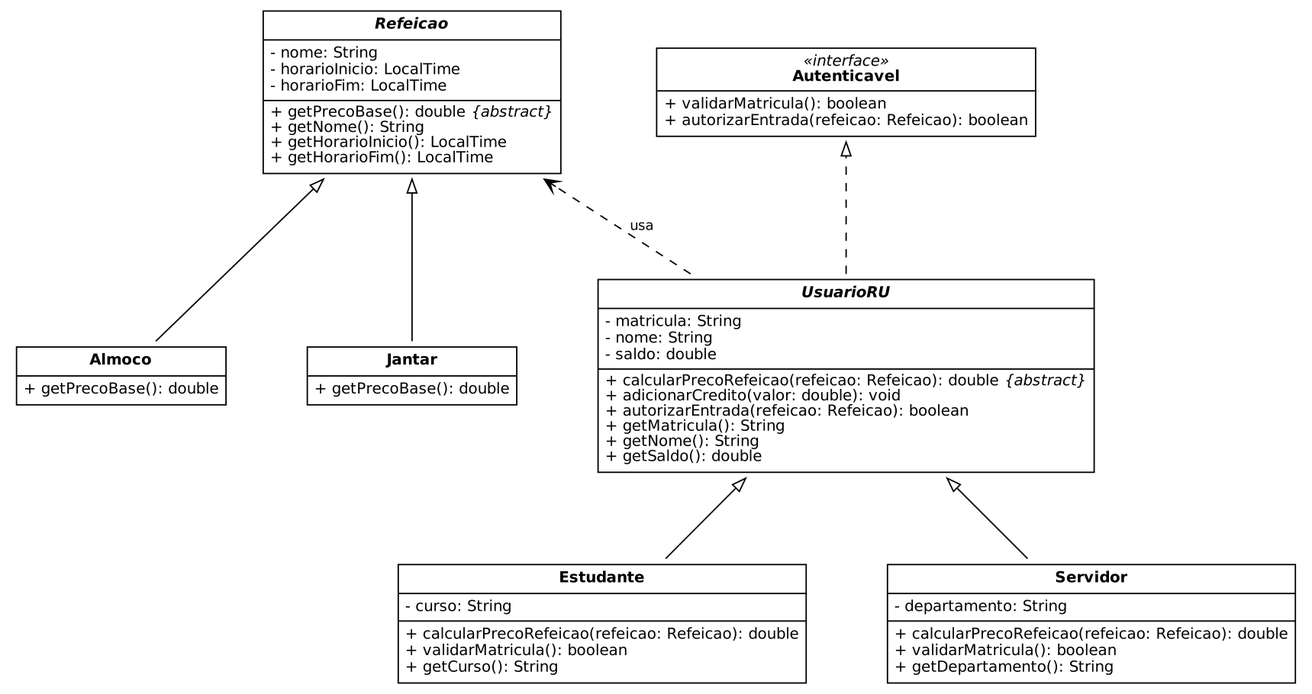
The Graphviz diagram docs/diagrama-classes.png in guihluc/FinalProjectLP, before a commit. Its source is kept beside it as docs/diagrama-classes.dot.
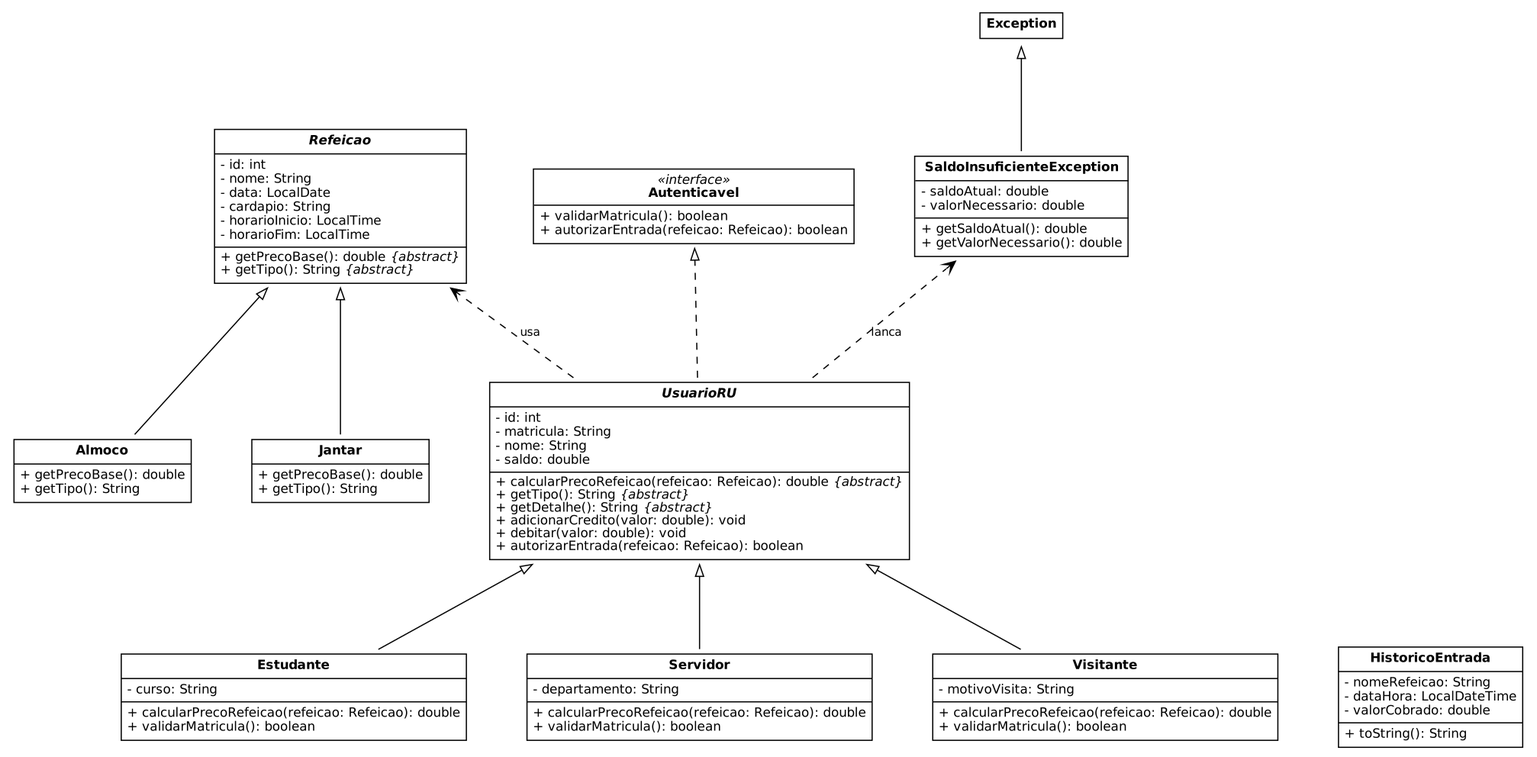
After the commit.

Commit message:
Adiciona ControleAcesso, README final e diagramas UML

The edit, as a diff of the source:
```diff
@@ -1,70 +1,26 @@
 digraph classes {
-  rankdir=BT;
-  graph [fontname="Helvetica", nodesep=0.6, ranksep=0.8];
-  node [shape=plaintext, fontname="Helvetica", fontsize=11];
-  edge [fontname="Helvetica", fontsize=10];
-
-  Autenticavel [label=<
-    <table border="1" cellborder="0" cellspacing="0" cellpadding="4">
-      <tr><td align="center"><i>&laquo;interface&raquo;</i><br/><b>Autenticavel</b></td></tr>
-      <hr/>
-      <tr><td align="left">+ validarMatricula(): boolean<br align="left"/>+ autorizarEntrada(refeicao: Refeicao): boolean<br align="left"/></td></tr>
-    </table>>];
-
-  UsuarioRU [label=<
-    <table border="1" cellborder="0" cellspacing="0" cellpadding="4">
-      <tr><td align="center"><b><i>UsuarioRU</i></b></td></tr>
-      <hr/>
-      <tr><td align="left">- matricula: String<br align="left"/>- nome: String<br align="left"/>- saldo: double<br align="left"/></td></tr>
-      <hr/>
-      <tr><td align="left">+ calcularPrecoRefeicao(refeicao: Refeicao): double <i>{abstract}</i><br align="left"/>+ adicionarCredito(valor: double): void<br align="left"/>+ autorizarEntrada(refeicao: Refeicao): boolean<br align="left"/>+ getMatricula(): String<br align="left"/>+ getNome(): String<br align="left"/>+ getSaldo(): double<br align="left"/></td></tr>
-    </table>>];
-
-  Estudante [label=<
-    <table border="1" cellborder="0" cellspacing="0" cellpadding="4">
-      <tr><td align="center"><b>Estudante</b></td></tr>
-      <hr/>
-      <tr><td align="left">- curso: String<br align="left"/></td></tr>
-      <hr/>
-      <tr><td align="left">+ calcularPrecoRefeicao(refeicao: Refeicao): double<br align="left"/>+ validarMatricula(): boolean<br align="left"/>+ getCurso(): String<br align="left"/></td></tr>
-    </table>>];
-
-  Servidor [label=<
-    <table border="1" cellborder="0" cellspacing="0" cellpadding="4">
-      <tr><td align="center"><b>Servidor</b></td></tr>
-      <hr/>
-      <tr><td align="left">- departamento: String<br align="left"/></td></tr>
-      <hr/>
-      <tr><td align="left">+ calcularPrecoRefeicao(refeicao: Refeicao): double<br align="left"/>+ validarMatricula(): boolean<br align="left"/>+ getDepartamento(): String<br align="left"/></td></tr>
-    </table>>];
-
-  Refeicao [label=<
-    <table border="1" cellborder="0" cellspacing="0" cellpadding="4">
-      <tr><td align="center"><b><i>Refeicao</i></b></td></tr>
-      <hr/>
-      <tr><td align="left">- nome: String<br align="left"/>- horarioInicio: LocalTime<br align="left"/>- horarioFim: LocalTime<br align="left"/></td></tr>
-      <hr/>
-      <tr><td align="left">+ getPrecoBase(): double <i>{abstract}</i><br align="left"/>+ getNome(): String<br align="left"/>+ getHorarioInicio(): LocalTime<br align="left"/>+ getHorarioFim(): LocalTime<br align="left"/></td></tr>
-    </table>>];
-
-  Almoco [label=<
-    <table border="1" cellborder="0" cellspacing="0" cellpadding="4">
-      <tr><td align="center"><b>Almoco</b></td></tr>
-      <hr/>
-      <tr><td align="left">+ getPrecoBase(): double<br align="left"/></td></tr>
-    </table>>];
-
-  Jantar [label=<
-    <table border="1" cellborder="0" cellspacing="0" cellpadding="4">
-      <tr><td align="center"><b>Jantar</b></td></tr>
-      <hr/>
-      <tr><td align="left">+ getPrecoBase(): double<br align="left"/></td></tr>
-    </table>>];
-
-  UsuarioRU -> Autenticavel [style=dashed, arrowhead=empty];
-  Estudante -> UsuarioRU [arrowhead=empty];
-  Servidor -> UsuarioRU [arrowhead=empty];
-  Almoco -> Refeicao [arrowhead=empty];
-  Jantar -> Refeicao [arrowhead=empty];
-  UsuarioRU -> Refeicao [style=dashed, arrowhead=vee, label="usa"];
+ rankdir=BT;
+ graph [fontname="Helvetica", nodesep=0.5, ranksep=0.9];
+ node [shape=plaintext, fontname="Helvetica", fontsize=11];
+ edge [fontname="Helvetica", fontsize=10];
+ Autenticavel [label=<<table border="1" cellborder="0" cellspacing="0" cellpadding="4"><tr><td align="center"><i>&laquo;interface&raquo;</i><br/><b>Autenticavel</b></td></tr><hr/><tr><td align="left">+ validarMatricula(): boolean<br align="left"/>+ autorizarEntrada(refeicao: Refeicao): boolean<br align="left"/></td></tr></table>>];
+ UsuarioRU [label=<<table border="1" cellborder="0" cellspacing="0" cellpadding="4"><tr><td align="center"><b><i>UsuarioRU</i></b></td></tr><hr/><tr><td align="left">- id: int<br align="left"/>- matricula: String<br align="left"/>- nome: String<br align="left"/>- saldo: double<br align="left"/></td></tr><hr/><tr><td align="left">+ calcularPrecoRefeicao(refeicao: Refeicao): double <i>{abstract}</i><br align="left"/>+ getTipo(): String <i>{abstract}</i><br align="left"/>+ getDetalhe(): String <i>{abstract}</i><br align="left"/>+ adicionarCredito(valor: double): void<br align="left"/>+ debitar(valor: double): void<br align="left"/>+ autorizarEntrada(refeicao: Refeicao): boolean<br align="left"/></td></tr></table>>];
+ Estudante [label=<<table border="1" cellborder="0" cellspacing="0" cellpadding="4"><tr><td align="center"><b>Estudante</b></td></tr><hr/><tr><td align="left">- curso: String<br align="left"/></td></tr><hr/><tr><td align="left">+ calcularPrecoRefeicao(refeicao: Refeicao): double<br align="left"/>+ validarMatricula(): boolean<br align="left"/></td></tr></table>>];
+ Servidor [label=<<table border="1" cellborder="0" cellspacing="0" cellpadding="4"><tr><td align="center"><b>Servidor</b></td></tr><hr/><tr><td align="left">- departamento: String<br align="left"/></td></tr><hr/><tr><td align="left">+ calcularPrecoRefeicao(refeicao: Refeicao): double<br align="left"/>+ validarMatricula(): boolean<br align="left"/></td></tr></table>>];
+ Visitante [label=<<table border="1" cellborder="0" cellspacing="0" cellpadding="4"><tr><td align="center"><b>Visitante</b></td></tr><hr/><tr><td align="left">- motivoVisita: String<br align="left"/></td></tr><hr/><tr><td align="left">+ calcularPrecoRefeicao(refeicao: Refeicao): double<br align="left"/>+ validarMatricula(): boolean<br align="left"/></td></tr></table>>];
+ Refeicao [label=<<table border="1" cellborder="0" cellspacing="0" cellpadding="4"><tr><td align="center"><b><i>Refeicao</i></b></td></tr><hr/><tr><td align="left">- id: int<br align="left"/>- nome: String<br align="left"/>- data: LocalDate<br align="left"/>- cardapio: String<br align="left"/>- horarioInicio: LocalTime<br align="left"/>- horarioFim: LocalTime<br align="left"/></td></tr><hr/><tr><td align="left">+ getPrecoBase(): double <i>{abstract}</i><br align="left"/>+ getTipo(): String <i>{abstract}</i><br align="left"/></td></tr></table>>];
+ Almoco [label=<<table border="1" cellborder="0" cellspacing="0" cellpadding="4"><tr><td align="center"><b>Almoco</b></td></tr><hr/><tr><td align="left">+ getPrecoBase(): double<br align="left"/>+ getTipo(): String<br align="left"/></td></tr></table>>];
+ Jantar [label=<<table border="1" cellborder="0" cellspacing="0" cellpadding="4"><tr><td align="center"><b>Jantar</b></td></tr><hr/><tr><td align="left">+ getPrecoBase(): double<br align="left"/>+ getTipo(): String<br align="left"/></td></tr></table>>];
+ SaldoInsuficienteException [label=<<table border="1" cellborder="0" cellspacing="0" cellpadding="4"><tr><td align="center"><b>SaldoInsuficienteException</b></td></tr><hr/><tr><td align="left">- saldoAtual: double<br align="left"/>- valorNecessario: double<br align="left"/></td></tr><hr/><tr><td align="left">+ getSaldoAtual(): double<br align="left"/>+ getValorNecessario(): double<br align="left"/></td></tr></table>>];
+ Exception [label=<<table border="1" cellborder="0" cellspacing="0" cellpadding="4"><tr><td align="center"><b>Exception</b></td></tr></table>>];
+ HistoricoEntrada [label=<<table border="1" cellborder="0" cellspacing="0" cellpadding="4"><tr><td align="center"><b>HistoricoEntrada</b></td></tr><hr/><tr><td align="left">- nomeRefeicao: String<br align="left"/>- dataHora: LocalDateTime<br align="left"/>- valorCobrado: double<br align="left"/></td></tr><hr/><tr><td align="left">+ toString(): String<br align="left"/></td></tr></table>>];
+ UsuarioRU -> Autenticavel [style=dashed, arrowhead=empty];
+ Estudante -> UsuarioRU [arrowhead=empty];
+ Servidor -> UsuarioRU [arrowhead=empty];
+ Visitante -> UsuarioRU [arrowhead=empty];
+ Almoco -> Refeicao [arrowhead=empty];
+ Jantar -> Refeicao [arrowhead=empty];
+ UsuarioRU -> Refeicao [style=dashed, arrowhead=vee, label="usa"];
+ SaldoInsuficienteException -> Exception [arrowhead=empty];
+ UsuarioRU -> SaldoInsuficienteException [style=dashed, arrowhead=vee, label="lanca"];
 }
```
